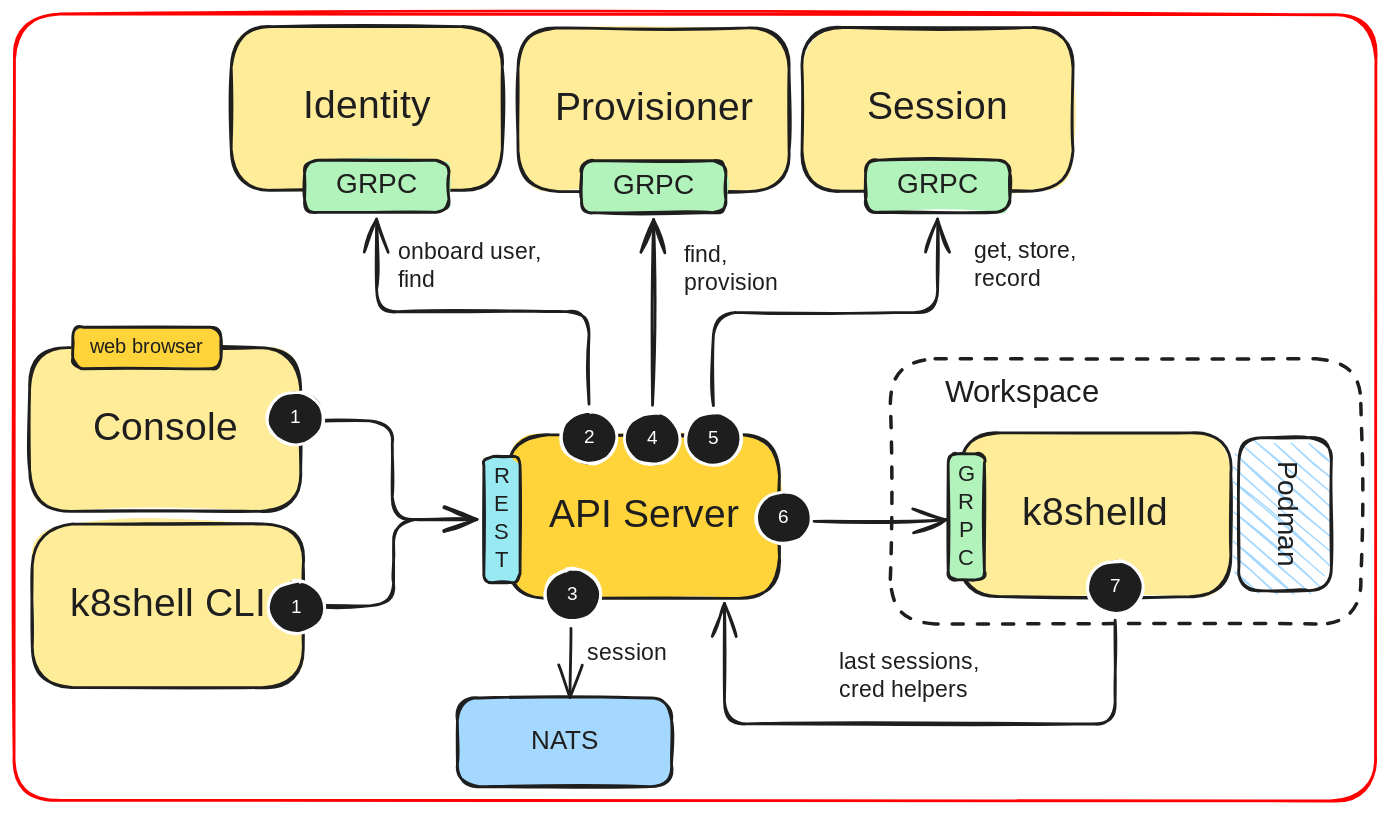
Above: drawings/api-server-architecture.excalidraw.svg in k8shell-io/docs (Excalidraw), before the change. Source tidied: one line per element, renumbered; positions are measured from the earlier drawing's top-left corner, leaving out a move shared by most shapes.
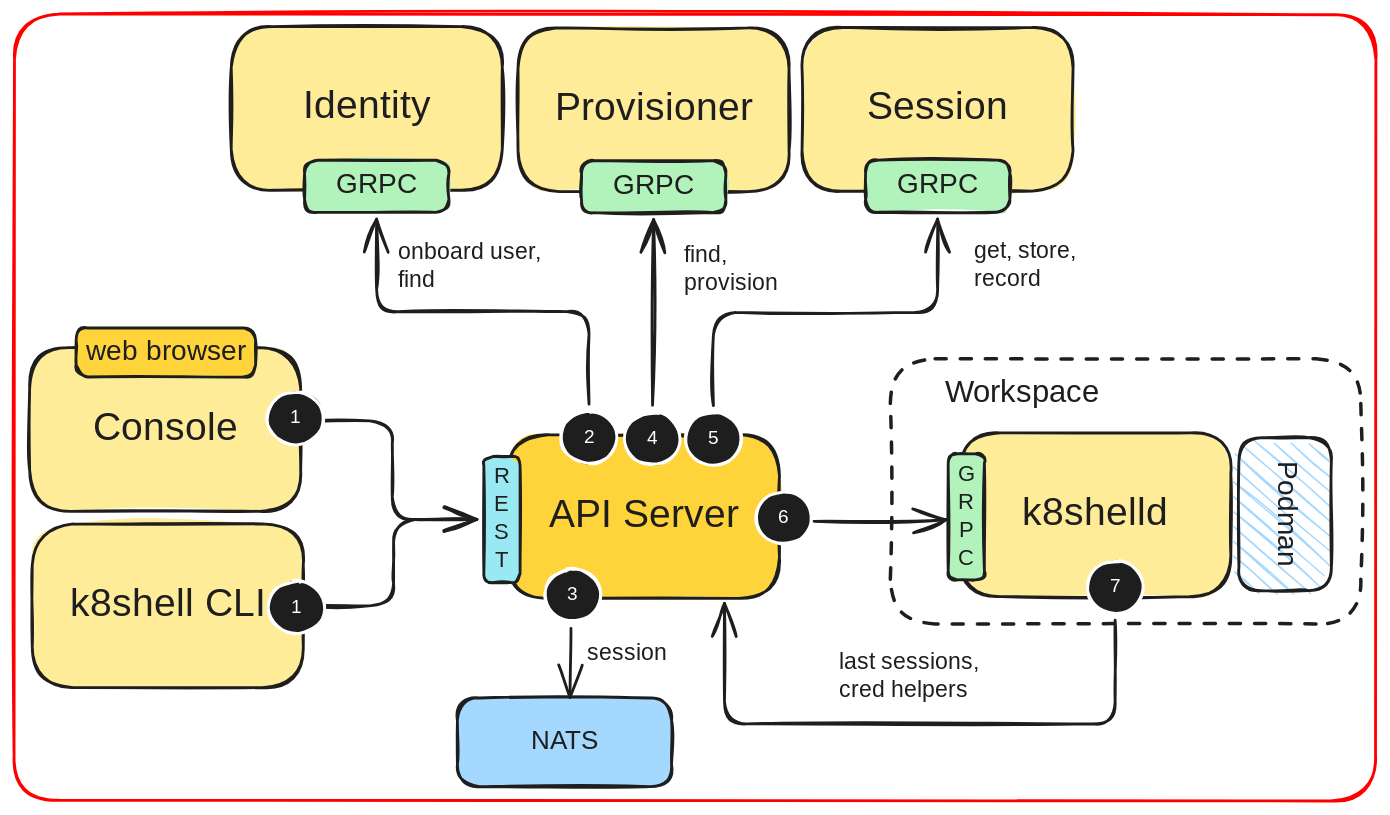
Later version of the same file.

Diff of the diagram source:
```diff
@@ -38,8 +38,8 @@
 {"id": 37, "type": "text", "text": "2", "strokeColor": "#ffffff", "backgroundColor": "#1e1e1e", "fillStyle": "solid", "strokeWidth": 2, "roughness": 1, "fontSize": 13.5, "fontFamily": 5, "textAlign": "center", "verticalAlign": "middle", "inside": 36, "x": 406, "y": 294, "width": 9, "height": 17}
 {"id": 38, "type": "ellipse", "strokeColor": "#ffffff", "backgroundColor": "#1e1e1e", "fillStyle": "solid", "strokeWidth": 2, "roughness": 1, "round": true, "x": 436, "y": 284, "width": 40, "height": 38}
 {"id": 39, "type": "text", "text": "4", "strokeColor": "#ffffff", "backgroundColor": "#1e1e1e", "fillStyle": "solid", "strokeWidth": 2, "roughness": 1, "fontSize": 13.5, "fontFamily": 5, "textAlign": "center", "verticalAlign": "middle", "inside": 38, "x": 452, "y": 295, "width": 8, "height": 17}
-{"id": 40, "type": "rectangle", "strokeColor": "#1e1e1e", "backgroundColor": "#ffd43b", "fillStyle": "solid", "strokeWidth": 2, "roughness": 1, "round": true, "x": 42, "y": 223, "width": 106, "height": 30}
+{"id": 40, "type": "rectangle", "strokeColor": "#1e1e1e", "backgroundColor": "#ffd43b", "fillStyle": "solid", "strokeWidth": 2, "roughness": 1, "round": true, "x": 44, "y": 224, "width": 128, "height": 35}
-{"id": 41, "type": "text", "text": "web browser", "strokeColor": "#1e1e1e", "strokeWidth": 2, "roughness": 1, "fontSize": 14.52, "fontFamily": 5, "textAlign": "center", "verticalAlign": "middle", "inside": 40, "x": 52, "y": 229, "width": 86, "height": 18}
+{"id": 41, "type": "text", "text": "web browser", "strokeColor": "#1e1e1e", "strokeWidth": 2, "roughness": 1, "fontSize": 19.69, "fontFamily": 5, "textAlign": "center", "verticalAlign": "middle", "inside": 40, "x": 50, "y": 229, "width": 117, "height": 25}
 {"id": 42, "type": "rectangle", "strokeColor": "#1e1e1e", "backgroundColor": "#ffec99", "fillStyle": "solid", "strokeWidth": 2, "roughness": 1, "round": true, "x": 563, "y": 9, "width": 194, "height": 117}
 {"id": 43, "type": "text", "text": "Session", "strokeColor": "#1e1e1e", "strokeWidth": 2, "roughness": 1, "fontSize": 28, "fontFamily": 5, "textAlign": "center", "verticalAlign": "middle", "inside": 42, "x": 609, "y": 50, "width": 101, "height": 35}
 {"id": 44, "type": "rectangle", "strokeColor": "#1e1e1e", "backgroundColor": "#b2f2bb", "fillStyle": "solid", "strokeWidth": 2, "roughness": 1, "round": true, "x": 608, "y": 104, "width": 103, "height": 37}
```
